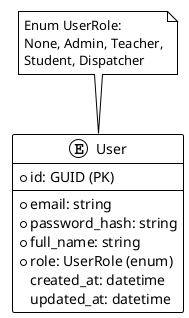
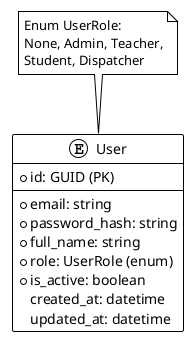
@startuml
!theme plain

' Сущность User — пользователь системы
entity "User" {
  * id: GUID (PK)
  --
  * email: string
  * password_hash: string
  * full_name: string
  * role: UserRole (enum)
+   * is_active: boolean
  created_at: datetime
  updated_at: datetime
}

note top of User
  Enum UserRole:
  None, Admin, Teacher,
  Student, Dispatcher
end note
@enduml
